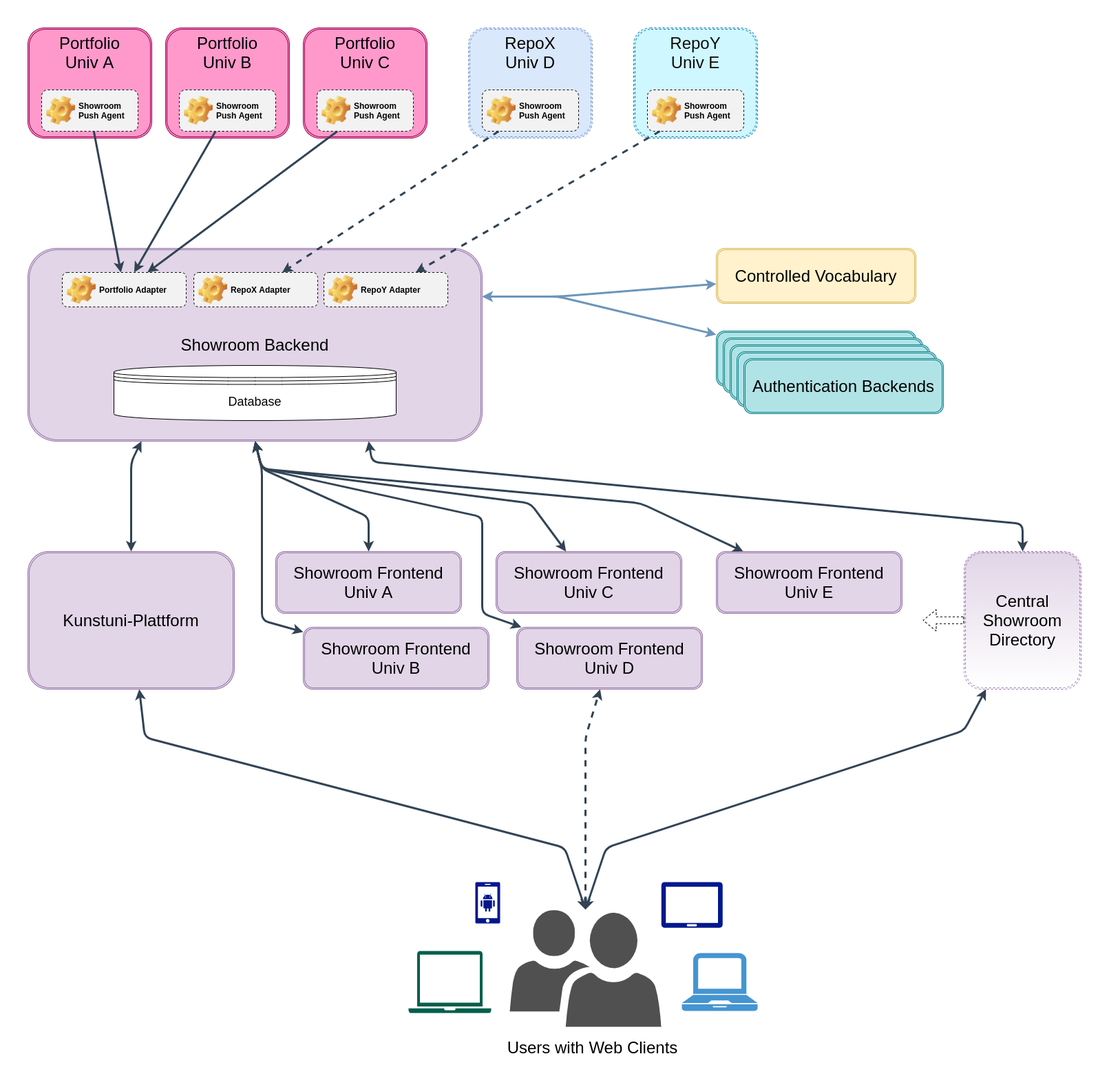
Before: docs/source/showroom-ecosystem-architecture.drawio.png, a diagram exported from draw.io (base-angewandte/showroom-backend). Source tidied: cells renumbered, new cells last; positions are measured from the earlier drawing's top-left corner, leaving out a move shared by most shapes. The source it was exported from:
```xml
<mxGraphModel>
  <root>
    <mxCell id="0" />
    <mxCell id="1" parent="0" />
    <mxCell id="2" value="&lt;font style=&quot;font-size: 24px&quot;&gt;Showroom Backend&lt;/font&gt;" style="shape=ext;double=1;rounded=1;whiteSpace=wrap;html=1;fillColor=#e1d5e7;strokeColor=#9673a6;" parent="1" vertex="1">
      <mxGeometry y="320" width="660" height="280" as="geometry" />
    </mxCell>
    <mxCell id="3" value="&lt;font style=&quot;font-size: 18px&quot;&gt;Database&lt;/font&gt;" style="shape=datastore;whiteSpace=wrap;html=1;" parent="1" vertex="1">
      <mxGeometry x="125" y="490" width="410" height="80" as="geometry" />
    </mxCell>
    <mxCell id="4" value="&lt;font style=&quot;font-size: 24px&quot;&gt;RepoX&lt;br&gt;Univ D&lt;br&gt;&lt;/font&gt;" style="shape=ext;double=1;rounded=1;whiteSpace=wrap;html=1;dashed=1;fillColor=#dae8fc;strokeColor=#6c8ebf;verticalAlign=top;" parent="1" vertex="1">
      <mxGeometry x="640" width="180" height="160" as="geometry" />
    </mxCell>
    <mxCell id="5" value="Showroom Push Agent" style="label;whiteSpace=wrap;html=1;image=img/clipart/Gear_128x128.png;dashed=1;fillColor=#F2F2F2;" parent="1" vertex="1">
      <mxGeometry x="660" y="90" width="140" height="60" as="geometry" />
    </mxCell>
    <mxCell id="6" value="&lt;font style=&quot;font-size: 24px&quot;&gt;Portfolio&lt;br&gt;Univ A&lt;br&gt;&lt;/font&gt;" style="shape=ext;double=1;rounded=1;whiteSpace=wrap;html=1;fillColor=#FF99CC;strokeColor=#99004D;align=center;verticalAlign=top;" parent="1" vertex="1">
      <mxGeometry width="180" height="160" as="geometry" />
    </mxCell>
    <mxCell id="7" value="Showroom Push Agent" style="label;whiteSpace=wrap;html=1;image=img/clipart/Gear_128x128.png;dashed=1;fillColor=#F2F2F2;" parent="1" vertex="1">
      <mxGeometry x="20" y="90" width="140" height="60" as="geometry" />
    </mxCell>
    <mxCell id="8" value="Portfolio Adapter" style="label;whiteSpace=wrap;html=1;image=img/clipart/Gear_128x128.png;dashed=1;fillColor=#F2F2F2;" parent="1" vertex="1">
      <mxGeometry x="50" y="355" width="180" height="50" as="geometry" />
    </mxCell>
    <mxCell id="9" value="RepoX Adapter" style="label;whiteSpace=wrap;html=1;image=img/clipart/Gear_128x128.png;dashed=1;fillColor=#F2F2F2;" parent="1" vertex="1">
      <mxGeometry x="241" y="355" width="180" height="50" as="geometry" />
    </mxCell>
    <mxCell id="10" value="RepoY Adapter" style="label;whiteSpace=wrap;html=1;image=img/clipart/Gear_128x128.png;dashed=1;fillColor=#F2F2F2;" parent="1" vertex="1">
      <mxGeometry x="430" y="355" width="180" height="50" as="geometry" />
    </mxCell>
    <mxCell id="11" value="&lt;font style=&quot;font-size: 24px&quot;&gt;Portfolio&lt;br&gt;Univ B&lt;br&gt;&lt;/font&gt;" style="shape=ext;double=1;rounded=1;whiteSpace=wrap;html=1;fillColor=#FF99CC;strokeColor=#99004D;align=center;verticalAlign=top;" parent="1" vertex="1">
      <mxGeometry x="200" width="180" height="160" as="geometry" />
    </mxCell>
    <mxCell id="12" value="Showroom Push Agent" style="label;whiteSpace=wrap;html=1;image=img/clipart/Gear_128x128.png;dashed=1;fillColor=#F2F2F2;" parent="1" vertex="1">
      <mxGeometry x="220" y="90" width="140" height="60" as="geometry" />
    </mxCell>
    <mxCell id="13" value="&lt;font style=&quot;font-size: 24px&quot;&gt;Portfolio&lt;br&gt;Univ C&lt;br&gt;&lt;/font&gt;" style="shape=ext;double=1;rounded=1;whiteSpace=wrap;html=1;fillColor=#FF99CC;strokeColor=#99004D;align=center;verticalAlign=top;" parent="1" vertex="1">
      <mxGeometry x="400" width="180" height="160" as="geometry" />
    </mxCell>
    <mxCell id="14" value="Showroom Push Agent" style="label;whiteSpace=wrap;html=1;image=img/clipart/Gear_128x128.png;dashed=1;fillColor=#F2F2F2;" parent="1" vertex="1">
      <mxGeometry x="420" y="90" width="140" height="60" as="geometry" />
    </mxCell>
    <mxCell id="15" value="&lt;font style=&quot;font-size: 24px&quot;&gt;RepoY&lt;br&gt;Univ E&lt;br&gt;&lt;/font&gt;" style="shape=ext;double=1;rounded=1;whiteSpace=wrap;html=1;dashed=1;fillColor=#CFF7FF;strokeColor=#006EAF;verticalAlign=top;fontColor=#0D0D0D;" parent="1" vertex="1">
      <mxGeometry x="880" width="180" height="160" as="geometry" />
    </mxCell>
    <mxCell id="16" value="Showroom Push Agent" style="label;whiteSpace=wrap;html=1;image=img/clipart/Gear_128x128.png;dashed=1;fillColor=#F2F2F2;" parent="1" vertex="1">
      <mxGeometry x="900" y="90" width="140" height="60" as="geometry" />
    </mxCell>
    <mxCell id="17" value="&lt;font style=&quot;font-size: 24px&quot;&gt;Showroom Frontend&lt;br&gt;Univ A&lt;br&gt;&lt;/font&gt;" style="shape=ext;double=1;rounded=1;whiteSpace=wrap;html=1;fillColor=#e1d5e7;strokeColor=#9673a6;" parent="1" vertex="1">
      <mxGeometry x="360" y="760" width="270" height="90" as="geometry" />
    </mxCell>
    <mxCell id="18" value="&lt;font style=&quot;font-size: 24px&quot;&gt;Showroom Frontend&lt;br&gt;Univ B&lt;br&gt;&lt;/font&gt;" style="shape=ext;double=1;rounded=1;whiteSpace=wrap;html=1;fillColor=#e1d5e7;strokeColor=#9673a6;" parent="1" vertex="1">
      <mxGeometry x="400" y="870" width="270" height="90" as="geometry" />
    </mxCell>
    <mxCell id="19" value="&lt;font style=&quot;font-size: 24px&quot;&gt;Showroom Frontend&lt;br&gt;Univ C&lt;br&gt;&lt;/font&gt;" style="shape=ext;double=1;rounded=1;whiteSpace=wrap;html=1;fillColor=#e1d5e7;strokeColor=#9673a6;" parent="1" vertex="1">
      <mxGeometry x="680" y="760" width="270" height="90" as="geometry" />
    </mxCell>
    <mxCell id="20" value="&lt;font style=&quot;font-size: 24px&quot;&gt;Showroom Frontend&lt;br&gt;Univ D&lt;br&gt;&lt;/font&gt;" style="shape=ext;double=1;rounded=1;whiteSpace=wrap;html=1;fillColor=#e1d5e7;strokeColor=#9673a6;" parent="1" vertex="1">
      <mxGeometry x="710" y="870" width="270" height="90" as="geometry" />
    </mxCell>
    <mxCell id="21" value="&lt;font style=&quot;font-size: 24px&quot;&gt;Showroom Frontend&lt;br&gt;Univ E&lt;br&gt;&lt;/font&gt;" style="shape=ext;double=1;rounded=1;whiteSpace=wrap;html=1;fillColor=#e1d5e7;strokeColor=#9673a6;" parent="1" vertex="1">
      <mxGeometry x="1000" y="760" width="270" height="90" as="geometry" />
    </mxCell>
    <mxCell id="22" value="&lt;font style=&quot;font-size: 24px&quot;&gt;Kunstuni-Plattform&lt;br&gt;&lt;/font&gt;" style="shape=ext;double=1;rounded=1;whiteSpace=wrap;html=1;fillColor=#e1d5e7;strokeColor=#9673a6;" parent="1" vertex="1">
      <mxGeometry y="760" width="300" height="200" as="geometry" />
    </mxCell>
    <mxCell id="23" value="&lt;font style=&quot;font-size: 24px&quot;&gt;Central&lt;br&gt;Showroom&lt;br&gt;Directory&lt;br&gt;&lt;/font&gt;" style="shape=ext;double=1;rounded=1;whiteSpace=wrap;html=1;fillColor=#e1d5e7;strokeColor=#9673a6;dashed=1;gradientColor=#ffffff;gradientDirection=south;" parent="1" vertex="1">
      <mxGeometry x="1360" y="760" width="170" height="200" as="geometry" />
    </mxCell>
    <mxCell id="24" style="shadow=0;dashed=0;html=1;strokeColor=none;labelPosition=center;verticalLabelPosition=bottom;verticalAlign=top;align=center;fillColor=#505050;shape=mxgraph.mscae.intune.user_group;" parent="1" vertex="1">
      <mxGeometry x="700" y="1280" width="220" height="170" as="geometry" />
    </mxCell>
    <mxCell id="25" style="shadow=0;dashed=0;html=1;strokeColor=none;fillColor=#4495D1;labelPosition=center;verticalLabelPosition=bottom;verticalAlign=top;align=center;shape=mxgraph.veeam.laptop;" parent="1" vertex="1">
      <mxGeometry x="950" y="1343" width="110" height="84" as="geometry" />
    </mxCell>
    <mxCell id="26" style="shadow=0;dashed=0;html=1;strokeColor=none;fillColor=#005F4B;labelPosition=center;verticalLabelPosition=bottom;verticalAlign=top;align=center;shape=mxgraph.veeam2.laptop;" parent="1" vertex="1">
      <mxGeometry x="553" y="1340" width="120" height="90" as="geometry" />
    </mxCell>
    <mxCell id="27" style="shadow=0;dashed=0;html=1;strokeColor=none;labelPosition=center;verticalLabelPosition=bottom;verticalAlign=top;align=center;fillColor=#00188D;shape=mxgraph.mscae.enterprise.android_phone;" parent="1" vertex="1">
      <mxGeometry x="650" y="1240" width="36" height="60" as="geometry" />
    </mxCell>
    <mxCell id="28" style="shadow=0;dashed=0;html=1;strokeColor=none;labelPosition=center;verticalLabelPosition=bottom;verticalAlign=top;align=center;fillColor=#00188D;shape=mxgraph.azure.tablet;" parent="1" vertex="1">
      <mxGeometry x="920" y="1240" width="89.4" height="66.2" as="geometry" />
    </mxCell>
    <mxCell id="29" value="&lt;font style=&quot;font-size: 24px&quot;&gt;Users with Web Clients&lt;/font&gt;" style="text;html=1;align=center;verticalAlign=middle;" parent="1" vertex="1">
      <mxGeometry x="690" y="1470" width="260" height="20" as="geometry" />
    </mxCell>
    <mxCell id="30" style="endArrow=classic;startArrow=classic;html=1;rounded=1;fontColor=#0D0D0D;strokeWidth=3;fillColor=#647687;strokeColor=#314354;exitX=0.5;exitY=0;exitDx=0;exitDy=0;exitPerimeter=0;" parent="1" edge="1" source="24" target="23">
      <mxGeometry relative="1" as="geometry">
        <Array as="points">
          <mxPoint x="840" y="1190" />
          <mxPoint x="1360" y="1020" />
        </Array>
      </mxGeometry>
    </mxCell>
    <mxCell id="31" style="endArrow=classic;html=1;rounded=0;fontColor=#0D0D0D;strokeWidth=3;fillColor=#647687;strokeColor=#314354;" parent="1" edge="1" source="7" target="8">
      <mxGeometry relative="1" as="geometry" />
    </mxCell>
    <mxCell id="32" style="endArrow=classic;html=1;rounded=0;fontColor=#0D0D0D;strokeWidth=3;fillColor=#647687;strokeColor=#314354;" parent="1" edge="1" source="12" target="8">
      <mxGeometry relative="1" as="geometry" />
    </mxCell>
    <mxCell id="33" style="endArrow=classic;html=1;rounded=0;fontColor=#0D0D0D;strokeWidth=3;fillColor=#647687;strokeColor=#314354;" parent="1" edge="1" source="14" target="8">
      <mxGeometry relative="1" as="geometry" />
    </mxCell>
    <mxCell id="34" style="endArrow=classic;html=1;rounded=0;fontColor=#0D0D0D;strokeWidth=3;fillColor=#647687;strokeColor=#314354;dashed=1;" parent="1" edge="1" source="5" target="9">
      <mxGeometry relative="1" as="geometry" />
    </mxCell>
    <mxCell id="35" style="endArrow=classic;html=1;rounded=0;fontColor=#0D0D0D;strokeWidth=3;fillColor=#647687;strokeColor=#314354;dashed=1;" parent="1" edge="1" source="16" target="10">
      <mxGeometry relative="1" as="geometry" />
    </mxCell>
    <mxCell id="36" style="endArrow=classic;startArrow=classic;html=1;rounded=1;fontColor=#0D0D0D;strokeWidth=3;fillColor=#647687;strokeColor=#314354;exitX=0.5;exitY=0;exitDx=0;exitDy=0;exitPerimeter=0;" parent="1" edge="1" source="24" target="22">
      <mxGeometry relative="1" as="geometry">
        <Array as="points">
          <mxPoint x="780" y="1190" />
          <mxPoint x="170" y="1030" />
        </Array>
      </mxGeometry>
    </mxCell>
    <mxCell id="37" style="endArrow=classic;startArrow=classic;html=1;rounded=1;fontColor=#0D0D0D;strokeWidth=3;fillColor=#647687;strokeColor=#314354;exitX=0.5;exitY=0;exitDx=0;exitDy=0;exitPerimeter=0;dashed=1;" parent="1" edge="1" source="24" target="20">
      <mxGeometry relative="1" as="geometry">
        <Array as="points">
          <mxPoint x="810" y="1030" />
        </Array>
      </mxGeometry>
    </mxCell>
    <mxCell id="38" style="endArrow=classic;startArrow=classic;html=1;rounded=1;fontColor=#0D0D0D;strokeWidth=3;fillColor=#647687;strokeColor=#314354;entryX=0.25;entryY=1;entryDx=0;entryDy=0;" parent="1" edge="1" source="22" target="2">
      <mxGeometry relative="1" as="geometry">
        <Array as="points">
          <mxPoint x="150" y="630" />
        </Array>
      </mxGeometry>
    </mxCell>
    <mxCell id="39" style="endArrow=classic;startArrow=classic;html=1;rounded=1;fontColor=#0D0D0D;strokeWidth=3;fillColor=#647687;strokeColor=#314354;entryX=0.5;entryY=1;entryDx=0;entryDy=0;" parent="1" edge="1" source="17" target="2">
      <mxGeometry relative="1" as="geometry">
        <Array as="points">
          <mxPoint x="495" y="710" />
          <mxPoint x="340" y="640" />
        </Array>
      </mxGeometry>
    </mxCell>
    <mxCell id="40" style="endArrow=classic;startArrow=classic;html=1;rounded=1;fontColor=#0D0D0D;strokeWidth=3;fillColor=#647687;strokeColor=#314354;entryX=0.5;entryY=1;entryDx=0;entryDy=0;" parent="1" edge="1" source="19" target="2">
      <mxGeometry relative="1" as="geometry">
        <Array as="points">
          <mxPoint x="730" y="690" />
          <mxPoint x="340" y="640" />
        </Array>
      </mxGeometry>
    </mxCell>
    <mxCell id="41" style="endArrow=classic;startArrow=classic;html=1;rounded=1;fontColor=#0D0D0D;strokeWidth=3;fillColor=#647687;strokeColor=#314354;entryX=0.5;entryY=1;entryDx=0;entryDy=0;" parent="1" edge="1" source="21" target="2">
      <mxGeometry relative="1" as="geometry">
        <Array as="points">
          <mxPoint x="890" y="690" />
          <mxPoint x="340" y="640" />
        </Array>
      </mxGeometry>
    </mxCell>
    <mxCell id="42" style="endArrow=classic;startArrow=classic;html=1;fontColor=#0D0D0D;strokeWidth=3;fillColor=#647687;strokeColor=#314354;rounded=1;entryX=0.75;entryY=1;entryDx=0;entryDy=0;" parent="1" edge="1" source="23" target="2">
      <mxGeometry relative="1" as="geometry">
        <Array as="points">
          <mxPoint x="1445" y="720" />
          <mxPoint x="500" y="630" />
        </Array>
      </mxGeometry>
    </mxCell>
    <mxCell id="43" style="endArrow=classic;startArrow=classic;html=1;rounded=1;fontColor=#0D0D0D;strokeWidth=3;fillColor=#647687;strokeColor=#314354;entryX=0.5;entryY=1;entryDx=0;entryDy=0;" parent="1" edge="1" source="18" target="2">
      <mxGeometry relative="1" as="geometry">
        <Array as="points">
          <mxPoint x="340" y="860" />
          <mxPoint x="340" y="640" />
        </Array>
      </mxGeometry>
    </mxCell>
    <mxCell id="44" style="endArrow=classic;startArrow=classic;html=1;rounded=1;fontColor=#0D0D0D;strokeWidth=3;fillColor=#647687;strokeColor=#314354;entryX=0.5;entryY=1;entryDx=0;entryDy=0;" parent="1" edge="1" source="20" target="2">
      <mxGeometry relative="1" as="geometry">
        <Array as="points">
          <mxPoint x="660" y="850" />
          <mxPoint x="660" y="710" />
          <mxPoint x="340" y="640" />
        </Array>
      </mxGeometry>
    </mxCell>
    <mxCell id="45" style="shape=flexArrow;endArrow=classic;html=1;rounded=1;dashed=1;fontColor=#0D0D0D;strokeWidth=1;" parent="1" edge="1" source="23">
      <mxGeometry relative="1" as="geometry">
        <mxPoint x="1300" y="860" as="targetPoint" />
      </mxGeometry>
    </mxCell>
    <mxCell id="46" value="&lt;font style=&quot;font-size: 24px&quot;&gt;Controlled Vocabulary&lt;br&gt;&lt;/font&gt;" style="shape=ext;double=1;rounded=1;whiteSpace=wrap;html=1;fillColor=#fff2cc;strokeColor=#d6b656;" parent="1" vertex="1">
      <mxGeometry x="1000" y="320" width="290" height="80" as="geometry" />
    </mxCell>
    <mxCell id="47" value="&lt;font style=&quot;font-size: 24px&quot;&gt;Authentication Backends&lt;/font&gt;" style="shape=ext;double=1;rounded=1;whiteSpace=wrap;html=1;fillColor=#b0e3e6;strokeColor=#0e8088;" parent="1" vertex="1">
      <mxGeometry x="1000" y="440" width="290" height="80" as="geometry" />
    </mxCell>
    <mxCell id="48" value="&lt;font style=&quot;font-size: 24px&quot;&gt;Authentication Backends&lt;/font&gt;" style="shape=ext;double=1;rounded=1;whiteSpace=wrap;html=1;fillColor=#b0e3e6;strokeColor=#0e8088;" parent="1" vertex="1">
      <mxGeometry x="1010" y="450" width="290" height="80" as="geometry" />
    </mxCell>
    <mxCell id="49" value="&lt;font style=&quot;font-size: 24px&quot;&gt;Authentication Backends&lt;/font&gt;" style="shape=ext;double=1;rounded=1;whiteSpace=wrap;html=1;fillColor=#b0e3e6;strokeColor=#0e8088;" parent="1" vertex="1">
      <mxGeometry x="1020" y="460" width="290" height="80" as="geometry" />
    </mxCell>
    <mxCell id="50" value="&lt;font style=&quot;font-size: 24px&quot;&gt;Authentication Backends&lt;/font&gt;" style="shape=ext;double=1;rounded=1;whiteSpace=wrap;html=1;fillColor=#b0e3e6;strokeColor=#0e8088;" parent="1" vertex="1">
      <mxGeometry x="1030" y="470" width="290" height="80" as="geometry" />
    </mxCell>
    <mxCell id="51" value="&lt;font style=&quot;font-size: 24px&quot;&gt;Authentication Backends&lt;/font&gt;" style="shape=ext;double=1;rounded=1;whiteSpace=wrap;html=1;fillColor=#b0e3e6;strokeColor=#0e8088;" parent="1" vertex="1">
      <mxGeometry x="1040" y="480" width="290" height="80" as="geometry" />
    </mxCell>
    <mxCell id="52" style="endArrow=classic;startArrow=classic;html=1;rounded=1;fontColor=#0D0D0D;strokeWidth=3;fillColor=#647687;strokeColor=#6D95BA;exitX=1;exitY=0.25;exitDx=0;exitDy=0;" parent="1" edge="1" source="2" target="46">
      <mxGeometry relative="1" as="geometry">
        <Array as="points">
          <mxPoint x="770" y="390" />
        </Array>
      </mxGeometry>
    </mxCell>
    <mxCell id="53" style="endArrow=classic;startArrow=classic;html=1;rounded=1;fontColor=#0D0D0D;strokeWidth=3;fillColor=#647687;strokeColor=#6D95BA;exitX=1;exitY=0.25;exitDx=0;exitDy=0;" parent="1" edge="1" source="2" target="47">
      <mxGeometry relative="1" as="geometry">
        <Array as="points">
          <mxPoint x="770" y="390" />
        </Array>
      </mxGeometry>
    </mxCell>
  </root>
</mxGraphModel>
```
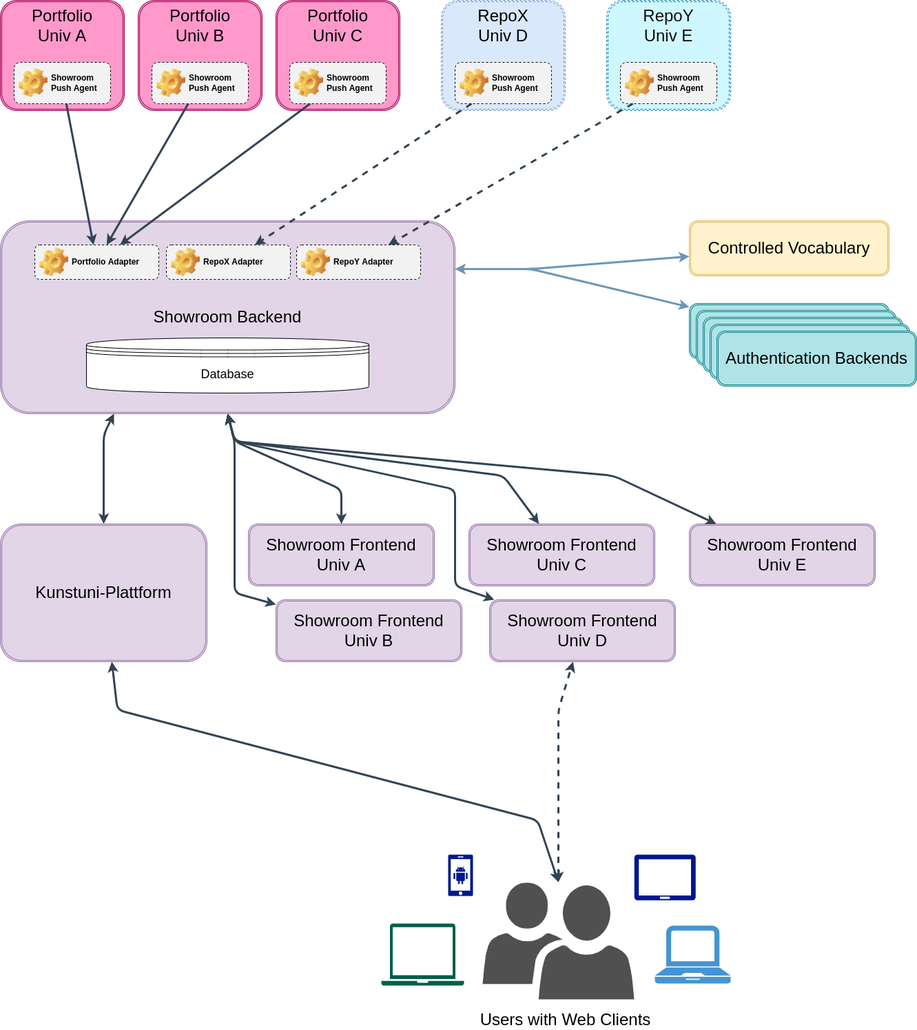
The same diagram one commit later.

What changed in the source:
```diff
@@ -65,9 +65,6 @@
     <mxCell id="22" value="&lt;font style=&quot;font-size: 24px&quot;&gt;Kunstuni-Plattform&lt;br&gt;&lt;/font&gt;" style="shape=ext;double=1;rounded=1;whiteSpace=wrap;html=1;fillColor=#e1d5e7;strokeColor=#9673a6;" parent="1" vertex="1">
       <mxGeometry y="760" width="300" height="200" as="geometry" />
     </mxCell>
-    <mxCell id="23" value="&lt;font style=&quot;font-size: 24px&quot;&gt;Central&lt;br&gt;Showroom&lt;br&gt;Directory&lt;br&gt;&lt;/font&gt;" style="shape=ext;double=1;rounded=1;whiteSpace=wrap;html=1;fillColor=#e1d5e7;strokeColor=#9673a6;dashed=1;gradientColor=#ffffff;gradientDirection=south;" parent="1" vertex="1">
-      <mxGeometry x="1360" y="760" width="170" height="200" as="geometry" />
-    </mxCell>
     <mxCell id="24" style="shadow=0;dashed=0;html=1;strokeColor=none;labelPosition=center;verticalLabelPosition=bottom;verticalAlign=top;align=center;fillColor=#505050;shape=mxgraph.mscae.intune.user_group;" parent="1" vertex="1">
       <mxGeometry x="700" y="1280" width="220" height="170" as="geometry" />
     </mxCell>
@@ -86,14 +83,6 @@
     <mxCell id="29" value="&lt;font style=&quot;font-size: 24px&quot;&gt;Users with Web Clients&lt;/font&gt;" style="text;html=1;align=center;verticalAlign=middle;" parent="1" vertex="1">
       <mxGeometry x="690" y="1470" width="260" height="20" as="geometry" />
     </mxCell>
-    <mxCell id="30" style="endArrow=classic;startArrow=classic;html=1;rounded=1;fontColor=#0D0D0D;strokeWidth=3;fillColor=#647687;strokeColor=#314354;exitX=0.5;exitY=0;exitDx=0;exitDy=0;exitPerimeter=0;" parent="1" edge="1" source="24" target="23">
-      <mxGeometry relative="1" as="geometry">
-        <Array as="points">
-          <mxPoint x="840" y="1190" />
-          <mxPoint x="1360" y="1020" />
-        </Array>
-      </mxGeometry>
-    </mxCell>
     <mxCell id="31" style="endArrow=classic;html=1;rounded=0;fontColor=#0D0D0D;strokeWidth=3;fillColor=#647687;strokeColor=#314354;" parent="1" edge="1" source="7" target="8">
       <mxGeometry relative="1" as="geometry" />
     </mxCell>
@@ -155,14 +144,6 @@
         </Array>
       </mxGeometry>
     </mxCell>
-    <mxCell id="42" style="endArrow=classic;startArrow=classic;html=1;fontColor=#0D0D0D;strokeWidth=3;fillColor=#647687;strokeColor=#314354;rounded=1;entryX=0.75;entryY=1;entryDx=0;entryDy=0;" parent="1" edge="1" source="23" target="2">
-      <mxGeometry relative="1" as="geometry">
-        <Array as="points">
-          <mxPoint x="1445" y="720" />
-          <mxPoint x="500" y="630" />
-        </Array>
-      </mxGeometry>
-    </mxCell>
     <mxCell id="43" style="endArrow=classic;startArrow=classic;html=1;rounded=1;fontColor=#0D0D0D;strokeWidth=3;fillColor=#647687;strokeColor=#314354;entryX=0.5;entryY=1;entryDx=0;entryDy=0;" parent="1" edge="1" source="18" target="2">
       <mxGeometry relative="1" as="geometry">
         <Array as="points">
@@ -180,11 +161,6 @@
         </Array>
       </mxGeometry>
     </mxCell>
-    <mxCell id="45" style="shape=flexArrow;endArrow=classic;html=1;rounded=1;dashed=1;fontColor=#0D0D0D;strokeWidth=1;" parent="1" edge="1" source="23">
-      <mxGeometry relative="1" as="geometry">
-        <mxPoint x="1300" y="860" as="targetPoint" />
-      </mxGeometry>
-    </mxCell>
     <mxCell id="46" value="&lt;font style=&quot;font-size: 24px&quot;&gt;Controlled Vocabulary&lt;br&gt;&lt;/font&gt;" style="shape=ext;double=1;rounded=1;whiteSpace=wrap;html=1;fillColor=#fff2cc;strokeColor=#d6b656;" parent="1" vertex="1">
       <mxGeometry x="1000" y="320" width="290" height="80" as="geometry" />
     </mxCell>
```
